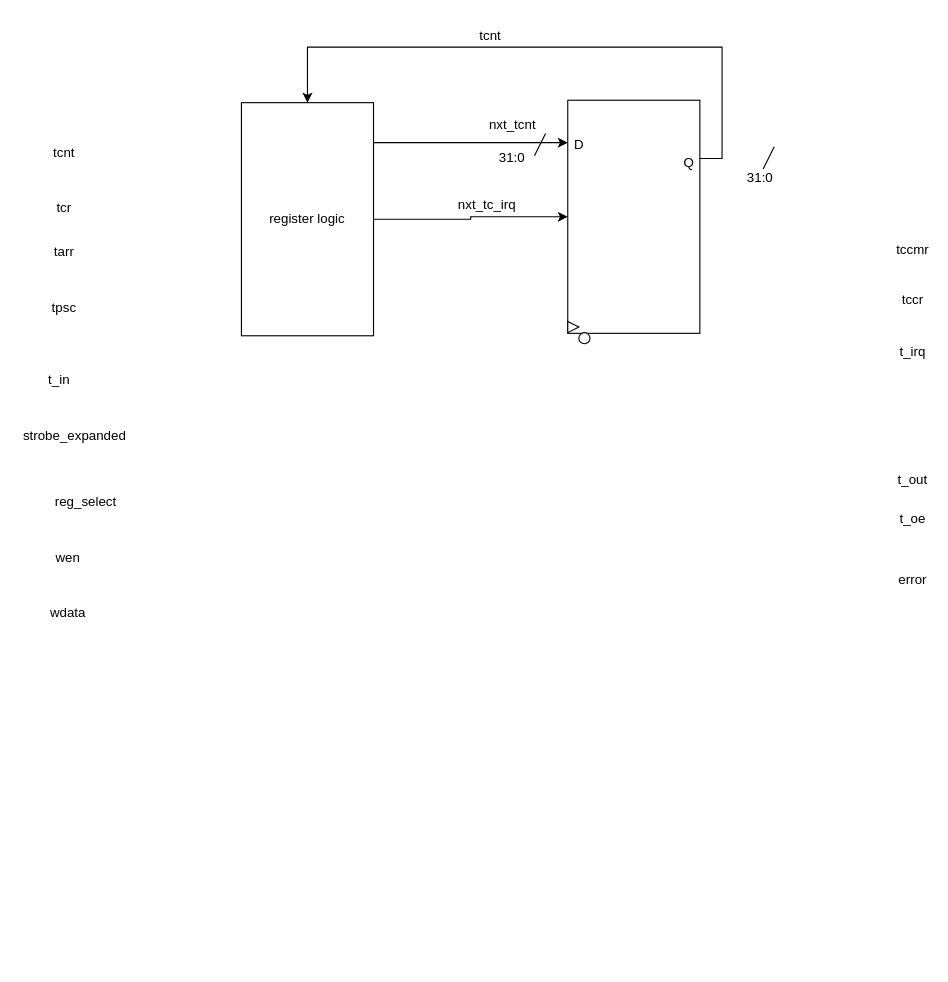
This is page "Capture-Compare Channel" (4 of 4) of Timer/Timer.drawio from leung55/SoCET, a draw.io file, before an edit. Source tidied: cells renumbered, new cells numbered last; positions are measured from the earlier drawing's top-left corner, leaving out a move shared by most shapes. Both pictures are drawn from the tidied source at 111%, with x=0, y=0 at pixel (19, 19).
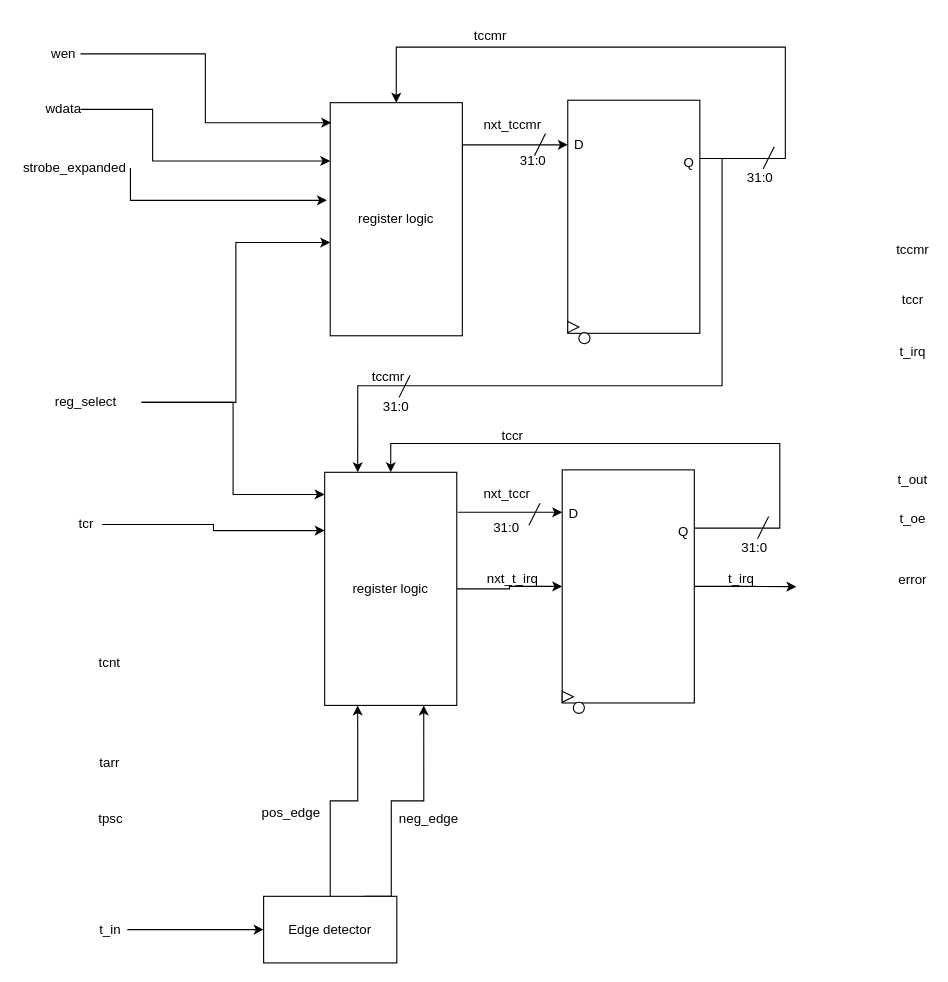
Above is the later version.

The change refers to these unchanged cells:
```xml
<mxCell id="23" style="rounded=0;whiteSpace=wrap;html=1;" parent="1" vertex="1">
  <mxGeometry x="494" y="72.8" width="119" height="210" as="geometry" />
</mxCell>
<mxCell id="29" value="D" style="text;html=1;align=center;verticalAlign=middle;points=[];strokeColor=none;fillColor=none;" parent="1" vertex="1">
  <mxGeometry x="494" y="102.8" width="20" height="20" as="geometry" />
</mxCell>
```

The edit, as a diff of the source:
```diff
@@
     <mxCell id="2" value="tarr" style="text;html=1;strokeColor=none;fillColor=none;align=center;verticalAlign=middle;whiteSpace=wrap;rounded=0;" parent="1" vertex="1">
-      <mxGeometry x="25.5" y="200" width="29" height="20" as="geometry" />
+      <mxGeometry x="67.2" y="660" width="29" height="20" as="geometry" />
     </mxCell>
     <mxCell id="3" value="tpsc" style="text;html=1;strokeColor=none;fillColor=none;align=center;verticalAlign=middle;whiteSpace=wrap;rounded=0;" parent="1" vertex="1">
-      <mxGeometry x="28.8" y="250" width="22.5" height="20" as="geometry" />
+      <mxGeometry x="70.5" y="710" width="22.5" height="20" as="geometry" />
     </mxCell>
     <mxCell id="4" value="tcnt" style="text;html=1;strokeColor=none;fillColor=none;align=center;verticalAlign=middle;whiteSpace=wrap;rounded=0;" parent="1" vertex="1">
-      <mxGeometry x="25.5" y="110" width="29" height="20" as="geometry" />
+      <mxGeometry x="67.2" y="570" width="29" height="20" as="geometry" />
     </mxCell>
+    <mxCell id="33" style="edgeStyle=orthogonalEdgeStyle;rounded=0;jettySize=auto;html=1;exitX=1;exitY=0.5;exitDx=0;exitDy=0;entryX=0;entryY=0.25;entryDx=0;entryDy=0;" parent="1" edge="1" source="5" target="41">
+      <mxGeometry relative="1" as="geometry" />
+    </mxCell>
     <mxCell id="5" value="tcr" style="text;html=1;strokeColor=none;fillColor=none;align=center;verticalAlign=middle;whiteSpace=wrap;rounded=0;" parent="1" vertex="1">
-      <mxGeometry x="25.5" y="160" width="29" height="20" as="geometry" />
+      <mxGeometry x="45.5" y="445" width="29" height="20" as="geometry" />
     </mxCell>
+    <mxCell id="34" style="edgeStyle=orthogonalEdgeStyle;rounded=0;jettySize=auto;html=1;exitX=1;exitY=0.5;exitDx=0;exitDy=0;entryX=0;entryY=0.5;entryDx=0;entryDy=0;" parent="1" edge="1" source="6" target="62">
+      <mxGeometry relative="1" as="geometry" />
+    </mxCell>
     <mxCell id="6" value="t_in" style="text;html=1;align=center;verticalAlign=middle;whiteSpace=wrap;rounded=0;" parent="1" vertex="1">
-      <mxGeometry x="21.2" y="310" width="30" height="30" as="geometry" />
+      <mxGeometry x="67.2" y="805" width="30" height="30" as="geometry" />
     </mxCell>
     <mxCell id="7" value="strobe_expanded" style="text;html=1;align=center;verticalAlign=middle;whiteSpace=wrap;rounded=0;" parent="1" vertex="1">
-      <mxGeometry y="360" width="100" height="30" as="geometry" />
+      <mxGeometry y="118.8" width="100" height="30" as="geometry" />
     </mxCell>
     <mxCell id="8" value="reg_select" style="text;html=1;align=center;verticalAlign=middle;whiteSpace=wrap;rounded=0;" parent="1" vertex="1">
-      <mxGeometry x="10" y="420" width="100" height="30" as="geometry" />
+      <mxGeometry x="10" y="330" width="100" height="30" as="geometry" />
     </mxCell>
@@
     <mxCell id="15" value="wen" style="text;html=1;align=center;verticalAlign=middle;whiteSpace=wrap;rounded=0;" parent="1" vertex="1">
-      <mxGeometry x="28.8" y="470" width="30" height="30" as="geometry" />
+      <mxGeometry x="25" y="16" width="30" height="30" as="geometry" />
     </mxCell>
+    <mxCell id="35" style="edgeStyle=orthogonalEdgeStyle;rounded=0;jettySize=auto;html=1;exitX=1;exitY=0.5;exitDx=0;exitDy=0;entryX=0;entryY=0.25;entryDx=0;entryDy=0;" parent="1" edge="1" source="16" target="18">
+      <mxGeometry relative="1" as="geometry">
+        <Array as="points">
+          <mxPoint x="120" y="81" />
+          <mxPoint x="120" y="128" />
+        </Array>
+      </mxGeometry>
+    </mxCell>
     <mxCell id="16" value="wdata" style="text;html=1;align=center;verticalAlign=middle;whiteSpace=wrap;rounded=0;" parent="1" vertex="1">
-      <mxGeometry x="28.8" y="520" width="30" height="30" as="geometry" />
+      <mxGeometry x="25" y="66" width="30" height="30" as="geometry" />
     </mxCell>
-    <mxCell id="17" style="edgeStyle=orthogonalEdgeStyle;rounded=0;jettySize=auto;html=1;exitX=1;exitY=0.5;exitDx=0;exitDy=0;entryX=0;entryY=0.5;entryDx=0;entryDy=0;" parent="1" edge="1" source="18" target="23">
-      <mxGeometry relative="1" as="geometry" />
-    </mxCell>
+    <mxCell id="36" style="edgeStyle=orthogonalEdgeStyle;rounded=0;jettySize=auto;html=1;exitX=1;exitY=0.25;exitDx=0;exitDy=0;" parent="1" edge="1" source="18" target="29">
+      <mxGeometry relative="1" as="geometry">
+        <Array as="points">
+          <mxPoint x="399" y="113" />
+        </Array>
+      </mxGeometry>
+    </mxCell>
     <mxCell id="18" value="register logic" style="rounded=0;whiteSpace=wrap;html=1;" parent="1" vertex="1">
-      <mxGeometry x="200" y="75" width="119" height="210" as="geometry" />
+      <mxGeometry x="280" y="75" width="119" height="210" as="geometry" />
     </mxCell>
-    <mxCell id="19" style="endArrow=classic;html=1;exitX=0.75;exitY=1;exitDx=0;exitDy=0;entryX=0;entryY=0.182;entryDx=0;entryDy=0;entryPerimeter=0;" parent="1" edge="1" target="23">
-      <mxGeometry relative="1" as="geometry">
-        <mxPoint x="319" y="111" as="sourcePoint" />
-      </mxGeometry>
-    </mxCell>
@@
     <mxCell id="21" value="31:0" style="text;html=1;strokeColor=none;fillColor=none;align=center;verticalAlign=middle;whiteSpace=wrap;rounded=0;" parent="1" vertex="1">
-      <mxGeometry x="389" y="115" width="110" height="20" as="geometry" />
+      <mxGeometry x="454" y="118" width="18" height="20" as="geometry" />
     </mxCell>
     <mxCell id="22" style="edgeStyle=orthogonalEdgeStyle;rounded=0;jettySize=auto;html=1;exitX=1;exitY=0.25;exitDx=0;exitDy=0;entryX=0.5;entryY=0;entryDx=0;entryDy=0;" parent="1" edge="1" source="23" target="18">
       <mxGeometry relative="1" as="geometry">
         <Array as="points">
-          <mxPoint x="633" y="125" />
-          <mxPoint x="633" y="25" />
-          <mxPoint x="260" y="25" />
+          <mxPoint x="690" y="125" />
+          <mxPoint x="690" y="25" />
+          <mxPoint x="340" y="25" />
         </Array>
       </mxGeometry>
     </mxCell>
+    <mxCell id="37" style="edgeStyle=orthogonalEdgeStyle;rounded=0;jettySize=auto;html=1;exitX=1;exitY=0.25;exitDx=0;exitDy=0;entryX=0.25;entryY=0;entryDx=0;entryDy=0;" parent="1" edge="1" source="23" target="41">
+      <mxGeometry relative="1" as="geometry">
+        <Array as="points">
+          <mxPoint x="633" y="125" />
+          <mxPoint x="633" y="330" />
+          <mxPoint x="305" y="330" />
+        </Array>
+      </mxGeometry>
+    </mxCell>
@@
-    <mxCell id="27" value="nxt_tcnt" style="text;html=1;align=center;verticalAlign=middle;strokeColor=none;fillColor=none;" parent="1" vertex="1">
-      <mxGeometry x="414" y="80" width="60" height="30" as="geometry" />
+    <mxCell id="27" value="nxt_tccmr" style="text;html=1;align=center;verticalAlign=middle;strokeColor=none;fillColor=none;" parent="1" vertex="1">
+      <mxGeometry x="404" y="80" width="80" height="30" as="geometry" />
     </mxCell>
@@
-    <mxCell id="31" value="tcnt" style="text;html=1;align=center;verticalAlign=middle;strokeColor=none;fillColor=none;" parent="1" vertex="1">
-      <mxGeometry x="404" width="40" height="30" as="geometry" />
+    <mxCell id="31" value="tccmr" style="text;html=1;align=center;verticalAlign=middle;strokeColor=none;fillColor=none;" parent="1" vertex="1">
+      <mxGeometry x="399" width="50" height="30" as="geometry" />
     </mxCell>
-    <mxCell id="32" value="nxt_tc_irq" style="text;html=1;align=center;verticalAlign=middle;strokeColor=none;fillColor=none;" parent="1" vertex="1">
-      <mxGeometry x="381" y="152" width="80" height="30" as="geometry" />
-    </mxCell>
+    <mxCell id="38" style="edgeStyle=orthogonalEdgeStyle;rounded=0;jettySize=auto;html=1;exitX=1;exitY=0.5;exitDx=0;exitDy=0;entryX=0.008;entryY=0.086;entryDx=0;entryDy=0;entryPerimeter=0;" parent="1" edge="1" source="15" target="18">
+      <mxGeometry relative="1" as="geometry" />
+    </mxCell>
+    <mxCell id="39" style="edgeStyle=orthogonalEdgeStyle;rounded=0;jettySize=auto;html=1;exitX=1;exitY=0.5;exitDx=0;exitDy=0;entryX=-0.025;entryY=0.419;entryDx=0;entryDy=0;entryPerimeter=0;" parent="1" edge="1" source="7" target="18">
+      <mxGeometry relative="1" as="geometry">
+        <Array as="points">
+          <mxPoint x="100" y="163" />
+        </Array>
+      </mxGeometry>
+    </mxCell>
+    <mxCell id="40" style="edgeStyle=orthogonalEdgeStyle;rounded=0;jettySize=auto;html=1;exitX=1;exitY=0.5;exitDx=0;exitDy=0;entryX=0;entryY=0.5;entryDx=0;entryDy=0;" parent="1" edge="1" source="41" target="47">
+      <mxGeometry relative="1" as="geometry" />
+    </mxCell>
+    <mxCell id="41" value="register logic" style="rounded=0;whiteSpace=wrap;html=1;" parent="1" vertex="1">
+      <mxGeometry x="275" y="408" width="119" height="210" as="geometry" />
+    </mxCell>
+    <mxCell id="42" style="endArrow=classic;html=1;entryX=0;entryY=0.182;entryDx=0;entryDy=0;entryPerimeter=0;" parent="1" edge="1" target="47">
+      <mxGeometry relative="1" as="geometry">
+        <mxPoint x="395" y="444" as="sourcePoint" />
+      </mxGeometry>
+    </mxCell>
+    <mxCell id="43" style="endArrow=none;html=1;" parent="1" edge="1">
+      <mxGeometry relative="1" as="geometry">
+        <mxPoint x="459" y="455.8" as="sourcePoint" />
+        <mxPoint x="469" y="435.8" as="targetPoint" />
+      </mxGeometry>
+    </mxCell>
+    <mxCell id="44" value="31:0" style="text;html=1;strokeColor=none;fillColor=none;align=center;verticalAlign=middle;whiteSpace=wrap;rounded=0;" parent="1" vertex="1">
+      <mxGeometry x="384" y="448" width="110" height="20" as="geometry" />
+    </mxCell>
+    <mxCell id="45" style="edgeStyle=orthogonalEdgeStyle;rounded=0;jettySize=auto;html=1;exitX=1;exitY=0.25;exitDx=0;exitDy=0;entryX=0.5;entryY=0;entryDx=0;entryDy=0;" parent="1" edge="1" source="47" target="41">
+      <mxGeometry relative="1" as="geometry">
+        <Array as="points">
+          <mxPoint x="685" y="458" />
+          <mxPoint x="685" y="382" />
+          <mxPoint x="335" y="382" />
+        </Array>
+      </mxGeometry>
+    </mxCell>
+    <mxCell id="46" style="edgeStyle=orthogonalEdgeStyle;rounded=0;jettySize=auto;html=1;exitX=1;exitY=0.5;exitDx=0;exitDy=0;" parent="1" edge="1" source="47">
+      <mxGeometry relative="1" as="geometry">
+        <mxPoint x="700" y="511" as="targetPoint" />
+      </mxGeometry>
+    </mxCell>
+    <mxCell id="47" style="rounded=0;whiteSpace=wrap;html=1;" parent="1" vertex="1">
+      <mxGeometry x="489" y="405.8" width="119" height="210" as="geometry" />
+    </mxCell>
+    <mxCell id="48" style="triangle;whiteSpace=wrap;html=1;" parent="1" vertex="1">
+      <mxGeometry x="489" y="605.2" width="10" height="10" as="geometry" />
+    </mxCell>
+    <mxCell id="49" style="ellipse;whiteSpace=wrap;html=1;" parent="1" vertex="1">
+      <mxGeometry x="499" y="615.2" width="10" height="10" as="geometry" />
+    </mxCell>
+    <mxCell id="50" style="endArrow=none;html=1;" parent="1" edge="1">
+      <mxGeometry relative="1" as="geometry">
+        <mxPoint x="665" y="467.8" as="sourcePoint" />
+        <mxPoint x="675" y="447.8" as="targetPoint" />
+      </mxGeometry>
+    </mxCell>
+    <mxCell id="51" value="nxt_tccr" style="text;html=1;align=center;verticalAlign=middle;strokeColor=none;fillColor=none;" parent="1" vertex="1">
+      <mxGeometry x="409" y="413" width="60" height="30" as="geometry" />
+    </mxCell>
+    <mxCell id="52" value="&lt;div&gt;31:0&lt;/div&gt;" style="text;html=1;strokeColor=none;fillColor=none;align=center;verticalAlign=middle;whiteSpace=wrap;rounded=0;" parent="1" vertex="1">
+      <mxGeometry x="645" y="463.8" width="35" height="25" as="geometry" />
+    </mxCell>
+    <mxCell id="53" value="D" style="text;html=1;align=center;verticalAlign=middle;strokeColor=none;fillColor=none;" parent="1" vertex="1">
+      <mxGeometry x="489" y="435.8" width="20" height="20" as="geometry" />
+    </mxCell>
+    <mxCell id="54" value="Q" style="text;html=1;align=center;verticalAlign=middle;strokeColor=none;fillColor=none;" parent="1" vertex="1">
+      <mxGeometry x="588" y="451.8" width="20" height="20" as="geometry" />
+    </mxCell>
+    <mxCell id="55" value="tccr" style="text;html=1;align=center;verticalAlign=middle;strokeColor=none;fillColor=none;" parent="1" vertex="1">
+      <mxGeometry x="424" y="360" width="40" height="30" as="geometry" />
+    </mxCell>
+    <mxCell id="56" style="edgeStyle=orthogonalEdgeStyle;rounded=0;jettySize=auto;html=1;exitX=1;exitY=0.5;exitDx=0;exitDy=0;entryX=0;entryY=0.6;entryDx=0;entryDy=0;entryPerimeter=0;" parent="1" edge="1" source="8" target="18">
+      <mxGeometry relative="1" as="geometry" />
+    </mxCell>
+    <mxCell id="57" style="edgeStyle=orthogonalEdgeStyle;rounded=0;jettySize=auto;html=1;exitX=1;exitY=0.5;exitDx=0;exitDy=0;entryX=0;entryY=0.095;entryDx=0;entryDy=0;entryPerimeter=0;" parent="1" edge="1" source="8" target="41">
+      <mxGeometry relative="1" as="geometry" />
+    </mxCell>
+    <mxCell id="58" value="nxt_t_irq" style="text;html=1;align=center;verticalAlign=middle;strokeColor=none;fillColor=none;" parent="1" vertex="1">
+      <mxGeometry x="409" y="488.8" width="70" height="30" as="geometry" />
+    </mxCell>
+    <mxCell id="59" value="t_irq" style="text;html=1;align=center;verticalAlign=middle;strokeColor=none;fillColor=none;" parent="1" vertex="1">
+      <mxGeometry x="625" y="488.8" width="50" height="30" as="geometry" />
+    </mxCell>
+    <mxCell id="60" style="edgeStyle=orthogonalEdgeStyle;rounded=0;jettySize=auto;html=1;exitX=0.5;exitY=0;exitDx=0;exitDy=0;entryX=0.25;entryY=1;entryDx=0;entryDy=0;" parent="1" edge="1" source="62" target="41">
+      <mxGeometry relative="1" as="geometry" />
+    </mxCell>
+    <mxCell id="61" style="edgeStyle=orthogonalEdgeStyle;rounded=0;jettySize=auto;html=1;exitX=0.75;exitY=0;exitDx=0;exitDy=0;entryX=0.75;entryY=1;entryDx=0;entryDy=0;" parent="1" edge="1" source="62" target="41">
+      <mxGeometry relative="1" as="geometry">
+        <Array as="points">
+          <mxPoint x="335" y="790" />
+          <mxPoint x="335" y="704" />
+          <mxPoint x="364" y="704" />
+        </Array>
+      </mxGeometry>
+    </mxCell>
+    <mxCell id="62" value="Edge detector" style="rounded=0;whiteSpace=wrap;html=1;" parent="1" vertex="1">
+      <mxGeometry x="220" y="790" width="120" height="60" as="geometry" />
+    </mxCell>
+    <mxCell id="63" value="pos_edge" style="text;html=1;align=center;verticalAlign=middle;whiteSpace=wrap;rounded=0;" parent="1" vertex="1">
+      <mxGeometry x="220" y="700" width="50" height="30" as="geometry" />
+    </mxCell>
+    <mxCell id="64" value="neg_edge" style="text;html=1;align=center;verticalAlign=middle;whiteSpace=wrap;rounded=0;" parent="1" vertex="1">
+      <mxGeometry x="344" y="705" width="50" height="30" as="geometry" />
+    </mxCell>
+    <mxCell id="65" style="endArrow=none;html=1;" parent="1" edge="1">
+      <mxGeometry relative="1" as="geometry">
+        <mxPoint x="342" y="340.5" as="sourcePoint" />
+        <mxPoint x="352" y="320.5" as="targetPoint" />
+      </mxGeometry>
+    </mxCell>
+    <mxCell id="66" value="&lt;div&gt;31:0&lt;/div&gt;" style="text;html=1;strokeColor=none;fillColor=none;align=center;verticalAlign=middle;whiteSpace=wrap;rounded=0;" parent="1" vertex="1">
+      <mxGeometry x="322" y="336.5" width="35" height="25" as="geometry" />
+    </mxCell>
+    <mxCell id="67" value="tccmr" style="text;html=1;align=center;verticalAlign=middle;strokeColor=none;fillColor=none;" parent="1" vertex="1">
+      <mxGeometry x="307" y="306.5" width="50" height="30" as="geometry" />
+    </mxCell>
```
